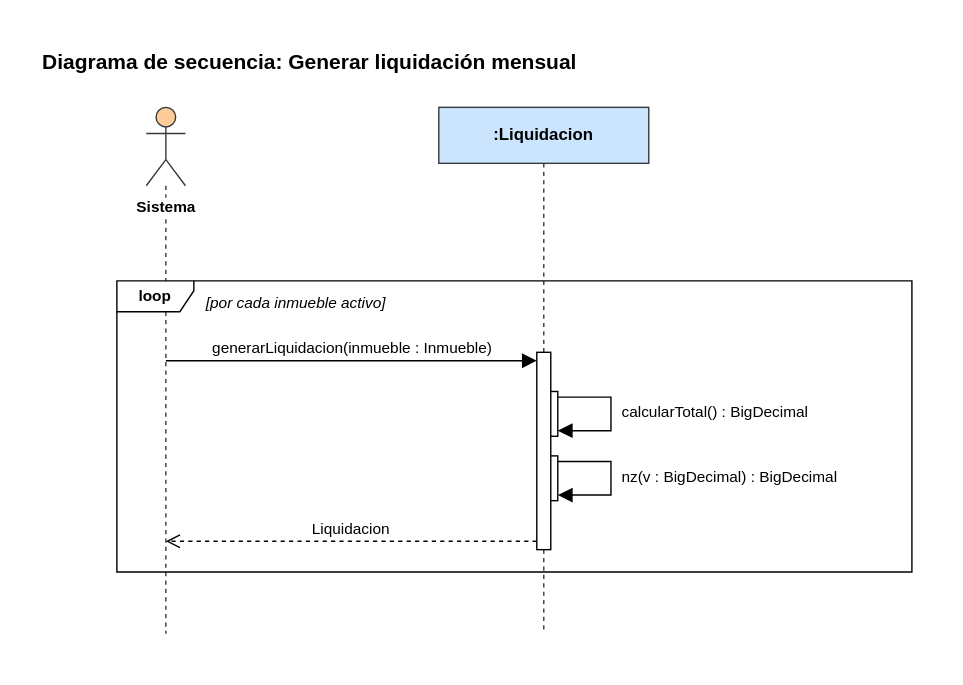
Above: Diagramas/Secuencia/generar-liquidacion-mensual.svg in manuel20051208/HorizontalSoftware-Back-End (draw.io), before the change. Source tidied: cells renumbered, new cells last; positions are measured from the earlier drawing's top-left corner, leaving out a move shared by most shapes.
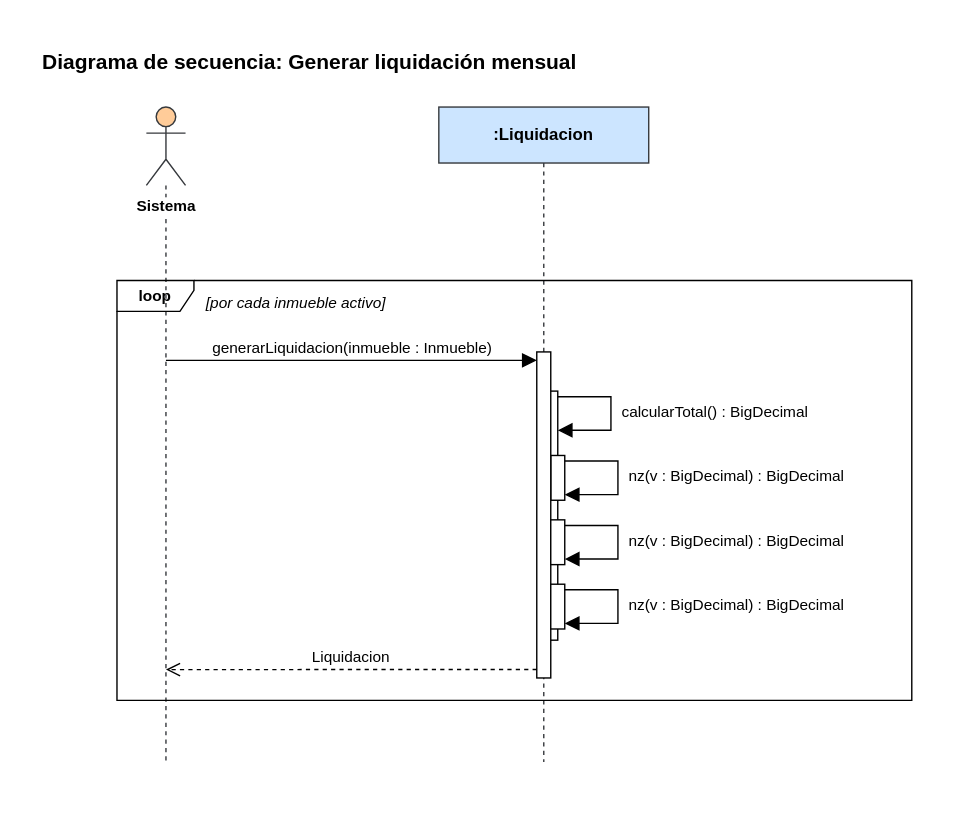
After the change.

What changed in the source:
```diff
@@ -6,24 +6,24 @@
       <mxGeometry width="623" height="26" as="geometry" />
     </mxCell>
     <mxCell id="3" value="Sistema" style="shape=umlLifeline;participant=umlActor;perimeter=lifelinePerimeter;whiteSpace=nowrap;html=1;outlineConnect=0;portConstraint=eastwest;size=56;verticalAlign=top;spacingTop=58;labelBackgroundColor=#ffffff;fontStyle=1;fontSize=11;fillColor=#ffcc99;strokeColor=#36393d;" parent="1" vertex="1">
-      <mxGeometry x="76" y="48" width="28" height="376" as="geometry" />
+      <mxGeometry x="76" y="48" width="28" height="468" as="geometry" />
     </mxCell>
     <mxCell id="4" value=":Liquidacion" style="shape=umlLifeline;perimeter=lifelinePerimeter;whiteSpace=wrap;html=1;fillColor=#cce5ff;strokeColor=#36393d;fontStyle=1;fontSize=12;" parent="1" vertex="1">
-      <mxGeometry x="285" y="48" width="150" height="376" as="geometry" />
+      <mxGeometry x="285" y="48" width="150" height="468" as="geometry" />
     </mxCell>
     <mxCell id="5" style="html=1;points=[];perimeter=orthogonalPerimeter;fillColor=#ffffff;strokeColor=#000000;" parent="1" vertex="1">
-      <mxGeometry x="360" y="251" width="10" height="32" as="geometry" />
+      <mxGeometry x="360" y="251" width="10" height="178" as="geometry" />
     </mxCell>
     <mxCell id="6" style="html=1;points=[];perimeter=orthogonalPerimeter;fillColor=#ffffff;strokeColor=#000000;" parent="1" vertex="1">
-      <mxGeometry x="360" y="297" width="10" height="32" as="geometry" />
+      <mxGeometry x="365" y="297" width="10" height="32" as="geometry" />
     </mxCell>
     <mxCell id="7" style="html=1;points=[];perimeter=orthogonalPerimeter;fillColor=#ffffff;strokeColor=#000000;" parent="1" vertex="1">
-      <mxGeometry x="355" y="223" width="10" height="141" as="geometry" />
+      <mxGeometry x="355" y="223" width="10" height="233" as="geometry" />
     </mxCell>
-    <mxCell id="8" value="generarLiquidacion(inmueble : Inmueble)" style="html=1;verticalAlign=bottom;rounded=0;fontSize=11;strokeColor=#000000;endArrow=block;endFill=1;endSize=8;exitX=0.5000;exitY=0.4814;exitDx=0;exitDy=0;exitPerimeter=0;entryX=0.0000;entryY=0.0426;entryDx=0;entryDy=0;entryPerimeter=0;" parent="1" edge="1" source="3" target="7">
+    <mxCell id="8" value="generarLiquidacion(inmueble : Inmueble)" style="html=1;verticalAlign=bottom;rounded=0;fontSize=11;strokeColor=#000000;endArrow=block;endFill=1;endSize=8;exitX=0.5000;exitY=0.3868;exitDx=0;exitDy=0;exitPerimeter=0;entryX=0.0000;entryY=0.0258;entryDx=0;entryDy=0;entryPerimeter=0;" parent="1" edge="1" source="3" target="7">
       <mxGeometry relative="1" as="geometry" />
     </mxCell>
-    <mxCell id="9" style="html=1;rounded=0;endArrow=block;endFill=1;endSize=8;strokeColor=#000000;exitX=1.0000;exitY=0.1250;exitDx=0;exitDy=0;exitPerimeter=0;entryX=1.0000;entryY=0.8750;entryDx=0;entryDy=0;entryPerimeter=0;" parent="1" edge="1" source="5" target="5">
+    <mxCell id="9" style="html=1;rounded=0;endArrow=block;endFill=1;endSize=8;strokeColor=#000000;exitX=1.0000;exitY=0.0225;exitDx=0;exitDy=0;exitPerimeter=0;entryX=1.0000;entryY=0.1573;entryDx=0;entryDy=0;entryPerimeter=0;" parent="1" edge="1" source="5" target="5">
       <mxGeometry relative="1" as="geometry">
         <Array as="points">
           <mxPoint x="408" y="255" />
@@ -34,22 +34,50 @@
     <mxCell id="10" style="html=1;rounded=0;endArrow=block;endFill=1;endSize=8;strokeColor=#000000;exitX=1.0000;exitY=0.1250;exitDx=0;exitDy=0;exitPerimeter=0;entryX=1.0000;entryY=0.8750;entryDx=0;entryDy=0;entryPerimeter=0;" parent="1" edge="1" source="6" target="6">
       <mxGeometry relative="1" as="geometry">
         <Array as="points">
-          <mxPoint x="408" y="301" />
-          <mxPoint x="408" y="325" />
+          <mxPoint x="413" y="301" />
+          <mxPoint x="413" y="325" />
         </Array>
       </mxGeometry>
     </mxCell>
-    <mxCell id="11" value="Liquidacion" style="html=1;verticalAlign=bottom;rounded=0;fontSize=11;strokeColor=#000000;dashed=1;endArrow=open;endFill=0;endSize=8;exitX=0.0000;exitY=0.9574;exitDx=0;exitDy=0;exitPerimeter=0;entryX=0.5000;entryY=0.8245;entryDx=0;entryDy=0;entryPerimeter=0;" parent="1" edge="1" source="7" target="3">
+    <mxCell id="11" value="Liquidacion" style="html=1;verticalAlign=bottom;rounded=0;fontSize=11;strokeColor=#000000;dashed=1;endArrow=open;endFill=0;endSize=8;exitX=0.0000;exitY=0.9742;exitDx=0;exitDy=0;exitPerimeter=0;entryX=0.5000;entryY=0.8590;entryDx=0;entryDy=0;entryPerimeter=0;" parent="1" edge="1" source="7" target="3">
       <mxGeometry relative="1" as="geometry" />
     </mxCell>
     <mxCell id="12" value="calcularTotal() : BigDecimal" style="text;html=1;align=left;verticalAlign=top;whiteSpace=wrap;overflow=hidden;fontSize=11;" parent="1" vertex="1">
       <mxGeometry x="414" y="253" width="185" height="28" as="geometry" />
     </mxCell>
     <mxCell id="13" value="nz(v : BigDecimal) : BigDecimal" style="text;html=1;align=left;verticalAlign=top;whiteSpace=wrap;overflow=hidden;fontSize=11;" parent="1" vertex="1">
-      <mxGeometry x="414" y="299" width="185" height="28" as="geometry" />
+      <mxGeometry x="419" y="299" width="185" height="28" as="geometry" />
     </mxCell>
+    <mxCell id="16" style="html=1;points=[];perimeter=orthogonalPerimeter;fillColor=#ffffff;strokeColor=#000000;" parent="1" vertex="1">
+      <mxGeometry x="365" y="343" width="10" height="32" as="geometry" />
+    </mxCell>
+    <mxCell id="17" style="html=1;rounded=0;endArrow=block;endFill=1;endSize=8;strokeColor=#000000;exitX=1.0000;exitY=0.1250;exitDx=0;exitDy=0;exitPerimeter=0;entryX=1.0000;entryY=0.8750;entryDx=0;entryDy=0;entryPerimeter=0;" parent="1" edge="1" source="16" target="16">
+      <mxGeometry relative="1" as="geometry">
+        <Array as="points">
+          <mxPoint x="413" y="347" />
+          <mxPoint x="413" y="371" />
+        </Array>
+      </mxGeometry>
+    </mxCell>
+    <mxCell id="18" value="nz(v : BigDecimal) : BigDecimal" style="text;html=1;align=left;verticalAlign=top;whiteSpace=wrap;overflow=hidden;fontSize=11;" parent="1" vertex="1">
+      <mxGeometry x="419" y="345" width="185" height="28" as="geometry" />
+    </mxCell>
+    <mxCell id="19" style="html=1;points=[];perimeter=orthogonalPerimeter;fillColor=#ffffff;strokeColor=#000000;" parent="1" vertex="1">
+      <mxGeometry x="365" y="389" width="10" height="32" as="geometry" />
+    </mxCell>
+    <mxCell id="20" style="html=1;rounded=0;endArrow=block;endFill=1;endSize=8;strokeColor=#000000;exitX=1.0000;exitY=0.1250;exitDx=0;exitDy=0;exitPerimeter=0;entryX=1.0000;entryY=0.8750;entryDx=0;entryDy=0;entryPerimeter=0;" parent="1" edge="1" source="19" target="19">
+      <mxGeometry relative="1" as="geometry">
+        <Array as="points">
+          <mxPoint x="413" y="393" />
+          <mxPoint x="413" y="417" />
+        </Array>
+      </mxGeometry>
+    </mxCell>
+    <mxCell id="21" value="nz(v : BigDecimal) : BigDecimal" style="text;html=1;align=left;verticalAlign=top;whiteSpace=wrap;overflow=hidden;fontSize=11;" parent="1" vertex="1">
+      <mxGeometry x="419" y="391" width="185" height="28" as="geometry" />
+    </mxCell>
-    <mxCell id="14" value="loop" style="shape=umlFrame;whiteSpace=wrap;html=1;fontStyle=1;fontSize=11;width=55;height=22;" parent="1" vertex="1">
-      <mxGeometry x="55" y="172" width="568" height="208" as="geometry" />
+    <mxCell id="14" value="loop" style="shape=umlFrame;whiteSpace=wrap;html=1;fontStyle=1;fontSize=11;width=55;height=22;fillColor=none;" parent="1" vertex="1">
+      <mxGeometry x="55" y="172" width="568" height="300" as="geometry" />
     </mxCell>
     <mxCell id="15" value="[por cada inmueble activo]" style="text;html=1;align=left;verticalAlign=top;whiteSpace=wrap;fontSize=11;fontStyle=2;" parent="1" vertex="1">
       <mxGeometry x="117" y="175" width="498" height="22" as="geometry" />
```
